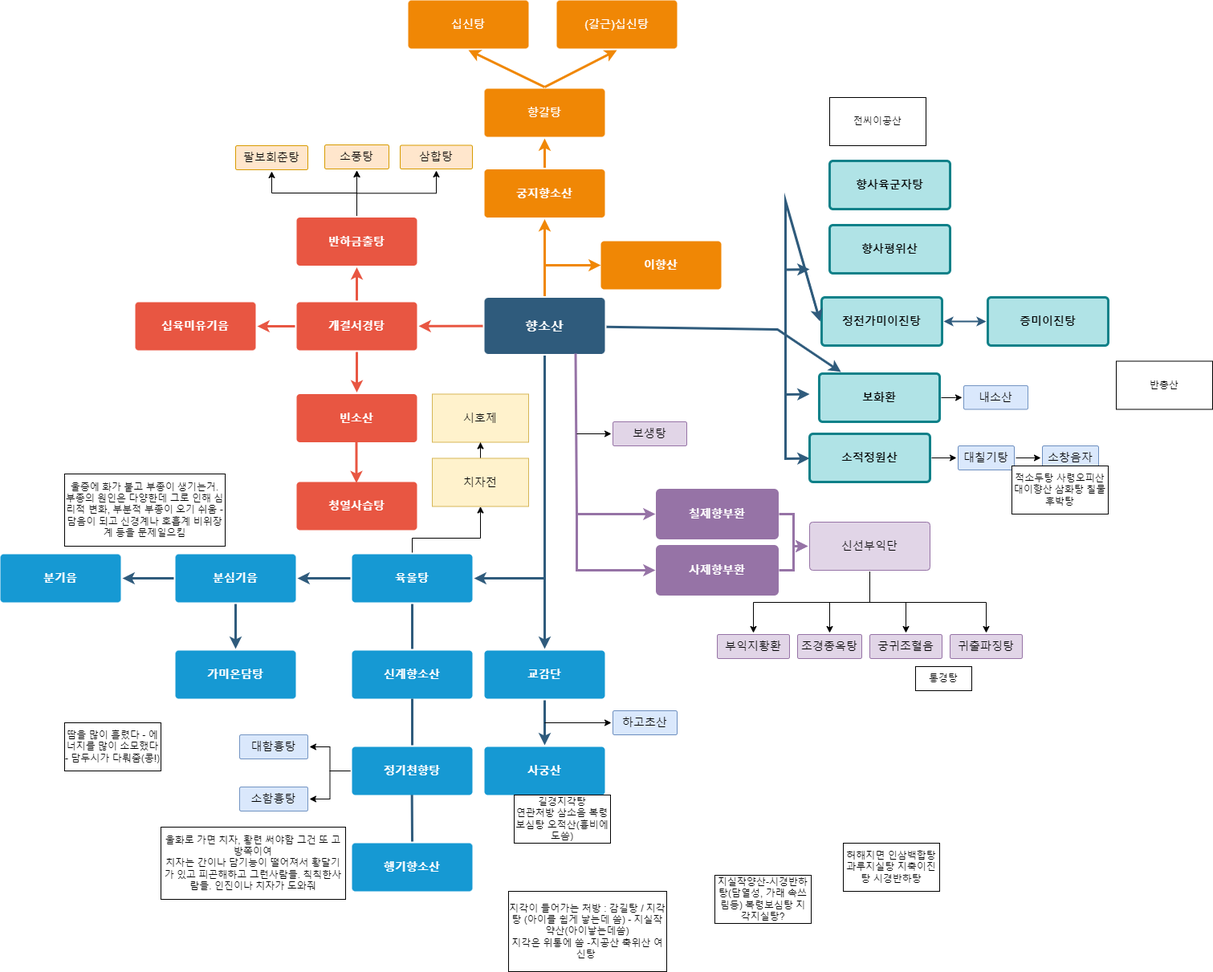
Before: 향소산플로우차트.drawio.png, a diagram exported from draw.io (Jinzin71/sparta). Source tidied: cells renumbered, new cells last; positions are measured from the earlier drawing's top-left corner, leaving out a move shared by most shapes.
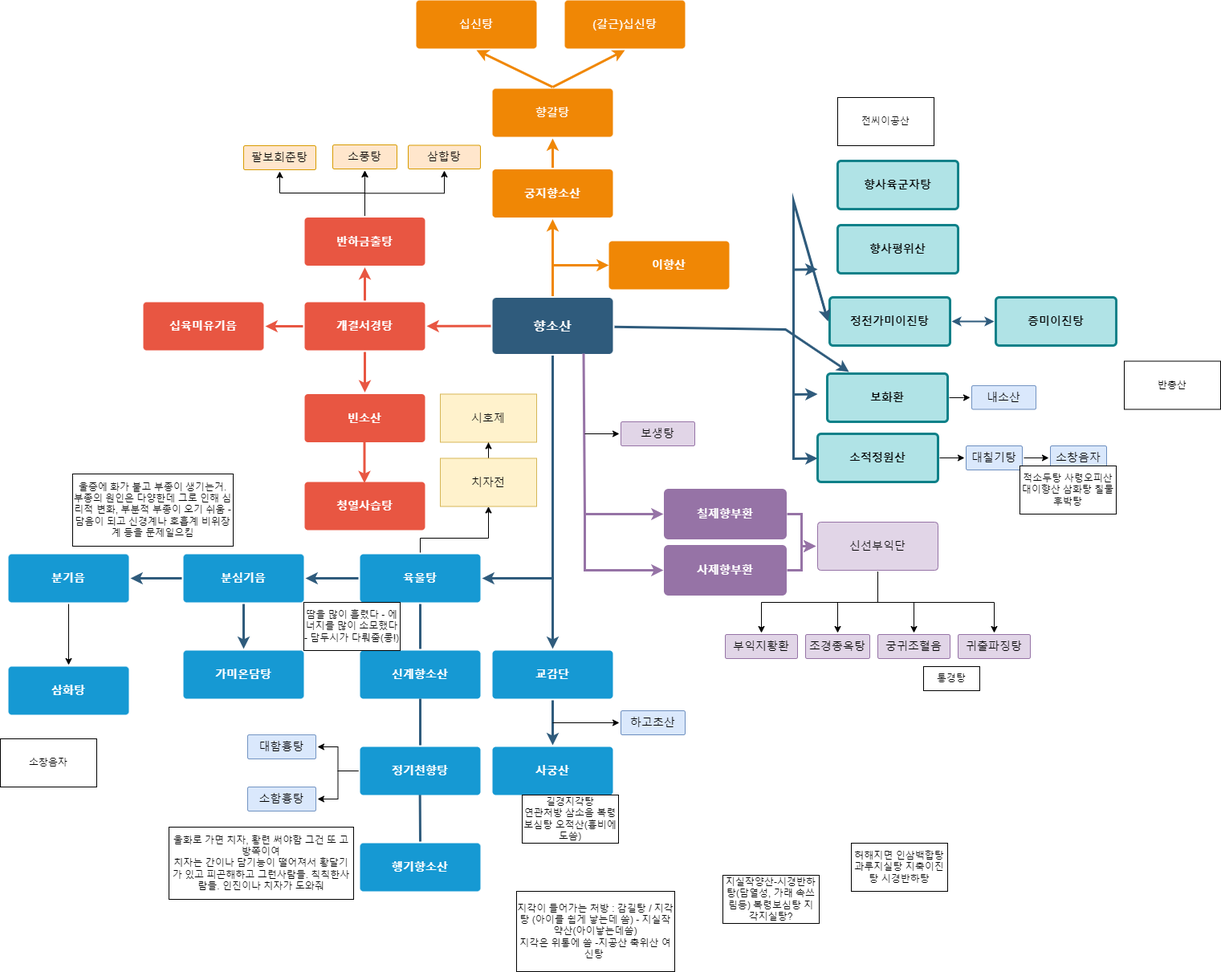
After the change.

Commit message:
향소산플로우차트.drawio.png 업데이트

What changed in the source:
```diff
@@ -209,6 +209,9 @@
     <mxCell id="56" style="edgeStyle=none;rounded=0;jumpStyle=none;html=1;shadow=0;labelBackgroundColor=none;startArrow=none;startFill=0;endArrow=classic;endFill=1;jettySize=auto;strokeColor=#2F5B7C;strokeWidth=3;fontFamily=Helvetica;fontSize=14;fontColor=#FFFFFF;spacing=5;fillColor=#0050ef;entryX=1;entryY=0.5;entryDx=0;entryDy=0;exitX=0;exitY=0.5;exitDx=0;exitDy=0;" parent="1" edge="1" source="46" target="55">
       <mxGeometry relative="1" as="geometry" />
     </mxCell>
+    <mxCell id="105" style="edgeStyle=orthogonalEdgeStyle;rounded=0;jettySize=auto;html=1;" parent="1" edge="1" source="57" target="106">
+      <mxGeometry relative="1" as="geometry" />
+    </mxCell>
     <mxCell id="57" value="분기음" style="rounded=1;whiteSpace=wrap;html=1;shadow=0;labelBackgroundColor=none;strokeColor=none;strokeWidth=3;fillColor=#1699d3;fontFamily=Helvetica;fontSize=14;fontColor=#FFFFFF;align=center;spacing=5;fontStyle=1;arcSize=7;perimeterSpacing=2;" parent="1" vertex="1">
       <mxGeometry y="690" width="150" height="60" as="geometry" />
     </mxCell>
@@ -402,10 +405,16 @@
       <mxGeometry x="200" y="1030" width="230" height="90" as="geometry" />
     </mxCell>
     <mxCell id="103" value="땀을 많이 흘렸다 - 에너지를 많이 소모했다 - 담두시가 다뤄줌(콩!)" style="whiteSpace=wrap;html=1;" parent="1" vertex="1">
-      <mxGeometry x="80" y="900" width="120" height="60" as="geometry" />
+      <mxGeometry x="368" y="750" width="120" height="60" as="geometry" />
     </mxCell>
     <mxCell id="104" value="울증에 화가 붙고 부종이 생기는거. 부종의 원인은 다양한데 그로 인해 심리적 변화, 부분적 부종이 오기 쉬움 - 담음이 되고 신경계나 호흡계 비위장계 등을 문제일으킴" style="whiteSpace=wrap;html=1;" parent="1" vertex="1">
       <mxGeometry x="80" y="590" width="200" height="90" as="geometry" />
     </mxCell>
+    <mxCell id="106" value="삼화탕" style="rounded=1;whiteSpace=wrap;html=1;shadow=0;labelBackgroundColor=none;strokeColor=none;strokeWidth=3;fillColor=#1699d3;fontFamily=Helvetica;fontSize=14;fontColor=#FFFFFF;align=center;spacing=5;fontStyle=1;arcSize=7;perimeterSpacing=2;" parent="1" vertex="1">
+      <mxGeometry y="830" width="150" height="60" as="geometry" />
+    </mxCell>
+    <mxCell id="107" value="소창음자" style="whiteSpace=wrap;html=1;" parent="1" vertex="1">
+      <mxGeometry x="-10" y="920" width="120" height="60" as="geometry" />
+    </mxCell>
   </root>
 </mxGraphModel>
```
